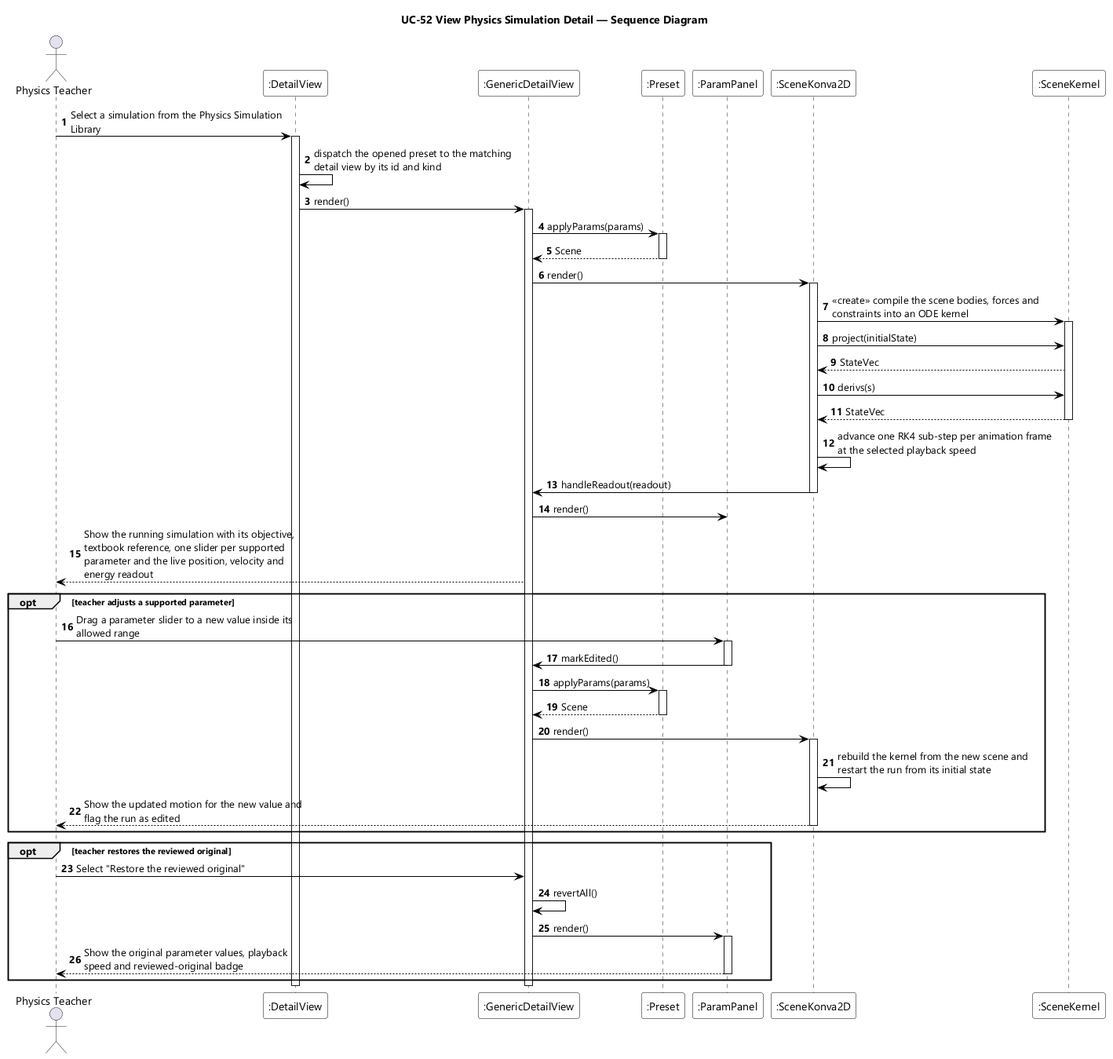
This is designs/sds-diagrams/uc52/uc52-sequence-diagram.png from EduA-system/EduA-system, a PlantUML export, as it was before one commit.
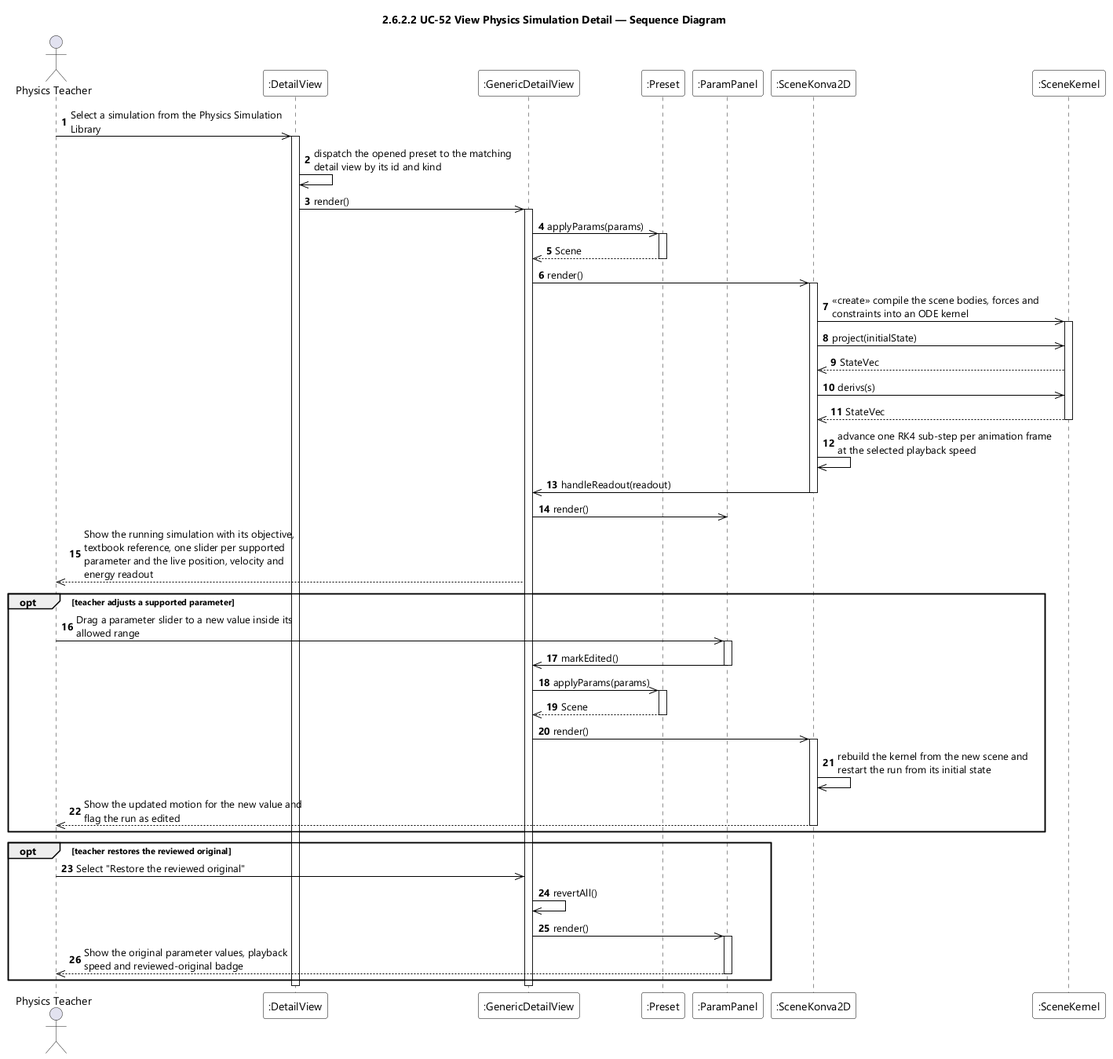
The same file after the commit.

Change to the diagram source:
```diff
@@ -7,7 +7,7 @@
 skinparam ArrowColor #000000
 skinparam sequenceMessageAlign left
 skinparam maxMessageSize 280
-title UC-52 View Physics Simulation Detail — Sequence Diagram
+title 2.6.2.2 UC-52 View Physics Simulation Detail — Sequence Diagram
 
 actor "Physics Teacher" as Teacher
 participant ":DetailView" as DV
@@ -18,52 +18,52 @@
 participant ":SceneKernel" as KERNEL
 
 autonumber
-Teacher -> DV : Select a simulation from the Physics Simulation Library
+Teacher ->> DV : Select a simulation from the Physics Simulation Library
 activate DV
-DV -> DV : dispatch the opened preset to the matching detail view by its id and kind
-DV -> GDV : render()
+DV ->> DV : dispatch the opened preset to the matching detail view by its id and kind
+DV ->> GDV : render()
 activate GDV
-GDV -> PRESET : applyParams(params)
+GDV ->> PRESET : applyParams(params)
 activate PRESET
-PRESET --> GDV : Scene
+PRESET -->> GDV : Scene
 deactivate PRESET
-GDV -> CANVAS : render()
+GDV ->> CANVAS : render()
 activate CANVAS
-CANVAS -> KERNEL : <<create>> compile the scene bodies, forces and constraints into an ODE kernel
+CANVAS ->> KERNEL : <<create>> compile the scene bodies, forces and constraints into an ODE kernel
 activate KERNEL
-CANVAS -> KERNEL : project(initialState)
-KERNEL --> CANVAS : StateVec
-CANVAS -> KERNEL : derivs(s)
-KERNEL --> CANVAS : StateVec
+CANVAS ->> KERNEL : project(initialState)
+KERNEL -->> CANVAS : StateVec
+CANVAS ->> KERNEL : derivs(s)
+KERNEL -->> CANVAS : StateVec
 deactivate KERNEL
-CANVAS -> CANVAS : advance one RK4 sub-step per animation frame at the selected playback speed
-CANVAS -> GDV : handleReadout(readout)
+CANVAS ->> CANVAS : advance one RK4 sub-step per animation frame at the selected playback speed
+CANVAS ->> GDV : handleReadout(readout)
 deactivate CANVAS
-GDV -> PANEL : render()
-GDV --> Teacher : Show the running simulation with its objective, textbook reference, one slider per supported parameter and the live position, velocity and energy readout
+GDV ->> PANEL : render()
+GDV -->> Teacher : Show the running simulation with its objective, textbook reference, one slider per supported parameter and the live position, velocity and energy readout
 
 opt teacher adjusts a supported parameter
-  Teacher -> PANEL : Drag a parameter slider to a new value inside its allowed range
+  Teacher ->> PANEL : Drag a parameter slider to a new value inside its allowed range
   activate PANEL
-  PANEL -> GDV : markEdited()
+  PANEL ->> GDV : markEdited()
   deactivate PANEL
-  GDV -> PRESET : applyParams(params)
+  GDV ->> PRESET : applyParams(params)
   activate PRESET
-  PRESET --> GDV : Scene
+  PRESET -->> GDV : Scene
   deactivate PRESET
-  GDV -> CANVAS : render()
+  GDV ->> CANVAS : render()
   activate CANVAS
-  CANVAS -> CANVAS : rebuild the kernel from the new scene and restart the run from its initial state
-  CANVAS --> Teacher : Show the updated motion for the new value and flag the run as edited
+  CANVAS ->> CANVAS : rebuild the kernel from the new scene and restart the run from its initial state
+  CANVAS -->> Teacher : Show the updated motion for the new value and flag the run as edited
   deactivate CANVAS
 end
 
 opt teacher restores the reviewed original
-  Teacher -> GDV : Select "Restore the reviewed original"
-  GDV -> GDV : revertAll()
-  GDV -> PANEL : render()
+  Teacher ->> GDV : Select "Restore the reviewed original"
+  GDV ->> GDV : revertAll()
+  GDV ->> PANEL : render()
   activate PANEL
-  PANEL --> Teacher : Show the original parameter values, playback speed and reviewed-original badge
+  PANEL -->> Teacher : Show the original parameter values, playback speed and reviewed-original badge
   deactivate PANEL
 end
 deactivate GDV
```
